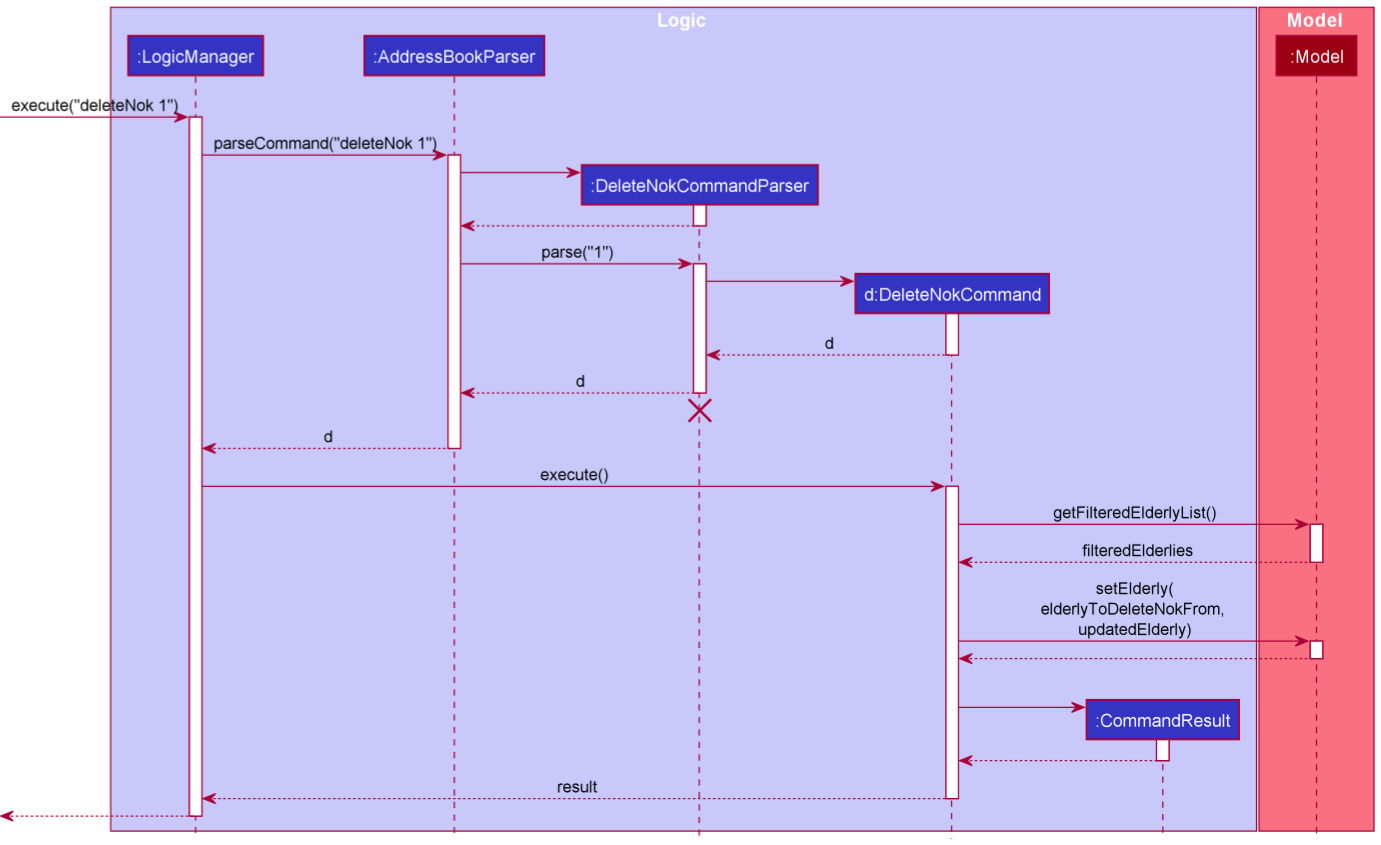
Earlier version of the PlantUML export docs/images/DeleteNokSequenceDiagram.png (tsy24/tp). Its source is kept beside it as docs/diagrams/DeleteNokSequenceDiagram.puml. The source it was exported from:
```plantuml
@startuml
!include style.puml

box Logic LOGIC_COLOR_T1
participant ":LogicManager" as LogicManager LOGIC_COLOR
participant ":AddressBookParser" as AddressBookParser LOGIC_COLOR
participant ":DeleteNokCommandParser" as DeleteNokCommandParser LOGIC_COLOR
participant "d:DeleteNokCommand" as DeleteNokCommand LOGIC_COLOR
participant ":CommandResult" as CommandResult LOGIC_COLOR
end box

box Model MODEL_COLOR_T1
participant ":Model" as Model MODEL_COLOR
end box

[-> LogicManager : execute("deleteNok 1")
activate LogicManager

LogicManager -> AddressBookParser : parseCommand("deleteNok 1")
activate AddressBookParser

create DeleteNokCommandParser
AddressBookParser -> DeleteNokCommandParser
activate DeleteNokCommandParser

DeleteNokCommandParser --> AddressBookParser
deactivate DeleteNokCommandParser

AddressBookParser -> DeleteNokCommandParser : parse("1")
activate DeleteNokCommandParser

create DeleteNokCommand
DeleteNokCommandParser -> DeleteNokCommand
activate DeleteNokCommand

DeleteNokCommand --> DeleteNokCommandParser : d
deactivate DeleteNokCommand

DeleteNokCommandParser --> AddressBookParser : d
deactivate DeleteNokCommandParser
DeleteNokCommandParser -[hidden]-> AddressBookParser
destroy DeleteNokCommandParser

AddressBookParser --> LogicManager : d
deactivate AddressBookParser

LogicManager -> DeleteNokCommand : execute()
activate DeleteNokCommand

DeleteNokCommand -> Model : getFilteredElderlyList()
activate Model

Model --> DeleteNokCommand : filteredElderlies
deactivate Model

DeleteNokCommand -> Model : setElderly(\nelderlyToDeleteNokFrom, \nupdatedElderly)
activate Model

Model --> DeleteNokCommand
deactivate Model

|||

create CommandResult
DeleteNokCommand -> CommandResult
activate CommandResult

CommandResult --> DeleteNokCommand
deactivate CommandResult

DeleteNokCommand --> LogicManager : result
deactivate DeleteNokCommand

[<--LogicManager
deactivate LogicManager
@enduml
```
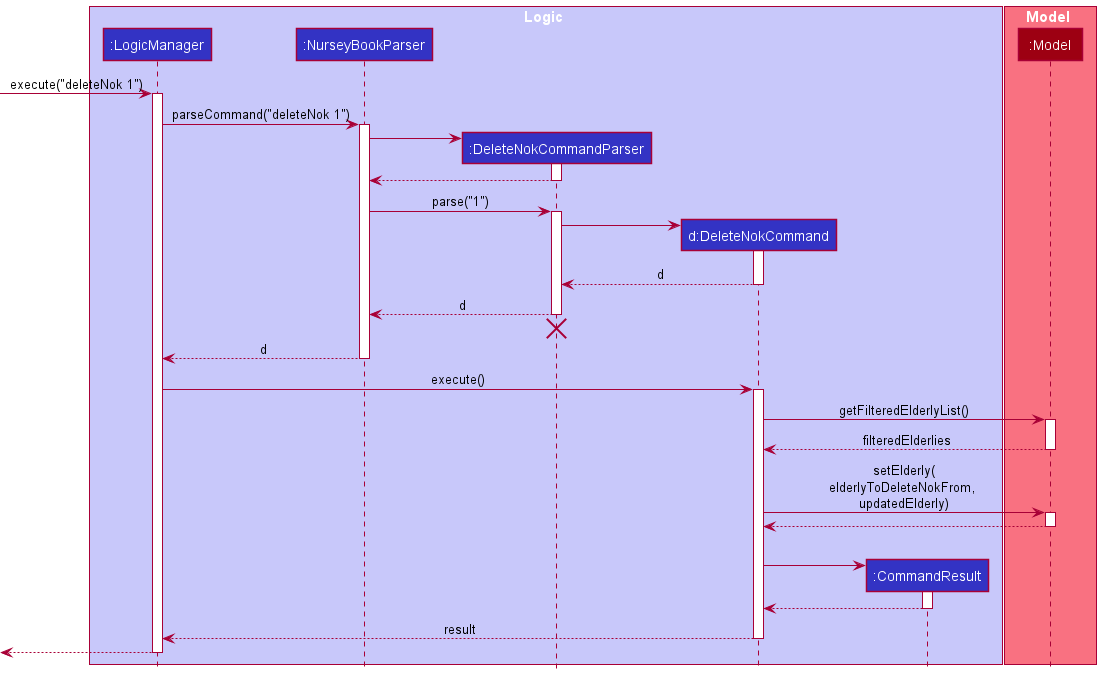
The same diagram one commit later.

Diff of the diagram source:
```diff
@@ -3,7 +3,7 @@
 
 box Logic LOGIC_COLOR_T1
 participant ":LogicManager" as LogicManager LOGIC_COLOR
-participant ":AddressBookParser" as AddressBookParser LOGIC_COLOR
+participant ":NurseyBookParser" as NurseyBookParser LOGIC_COLOR
 participant ":DeleteNokCommandParser" as DeleteNokCommandParser LOGIC_COLOR
 participant "d:DeleteNokCommand" as DeleteNokCommand LOGIC_COLOR
 participant ":CommandResult" as CommandResult LOGIC_COLOR
@@ -16,17 +16,17 @@
 [-> LogicManager : execute("deleteNok 1")
 activate LogicManager
 
-LogicManager -> AddressBookParser : parseCommand("deleteNok 1")
-activate AddressBookParser
+LogicManager -> NurseyBookParser : parseCommand("deleteNok 1")
+activate NurseyBookParser
 
 create DeleteNokCommandParser
-AddressBookParser -> DeleteNokCommandParser
+NurseyBookParser -> DeleteNokCommandParser
 activate DeleteNokCommandParser
 
-DeleteNokCommandParser --> AddressBookParser
+DeleteNokCommandParser --> NurseyBookParser
 deactivate DeleteNokCommandParser
 
-AddressBookParser -> DeleteNokCommandParser : parse("1")
+NurseyBookParser -> DeleteNokCommandParser : parse("1")
 activate DeleteNokCommandParser
 
 create DeleteNokCommand
@@ -36,13 +36,13 @@
 DeleteNokCommand --> DeleteNokCommandParser : d
 deactivate DeleteNokCommand
 
-DeleteNokCommandParser --> AddressBookParser : d
+DeleteNokCommandParser --> NurseyBookParser : d
 deactivate DeleteNokCommandParser
-DeleteNokCommandParser -[hidden]-> AddressBookParser
+DeleteNokCommandParser -[hidden]-> NurseyBookParser
 destroy DeleteNokCommandParser
 
-AddressBookParser --> LogicManager : d
-deactivate AddressBookParser
+NurseyBookParser --> LogicManager : d
+deactivate NurseyBookParser
 
 LogicManager -> DeleteNokCommand : execute()
 activate DeleteNokCommand
```
